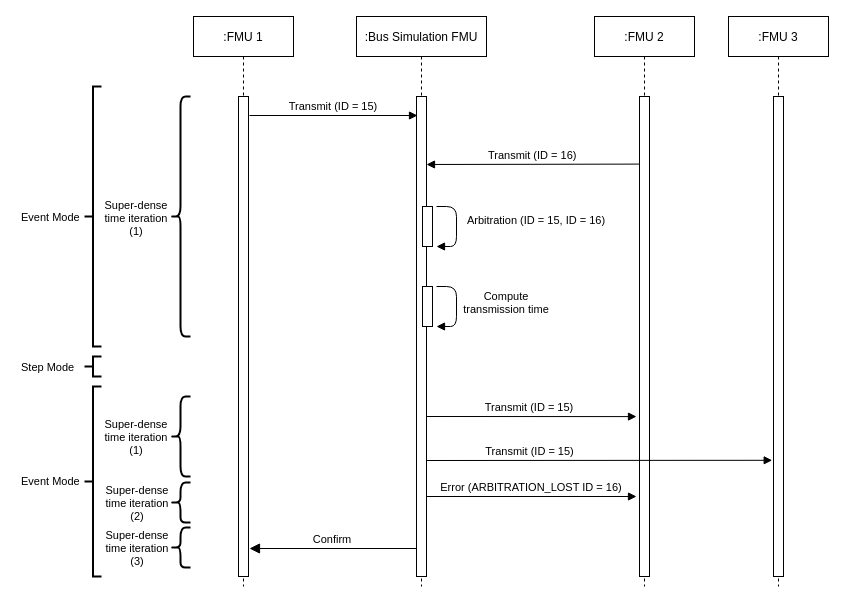
Earlier version of the draw.io diagram docs/images/can_arbitration_overview.drawio (modelica/fmi-ls-bus). Source tidied: cells renumbered, new cells numbered last; positions are measured from the earlier drawing's top-left corner, leaving out a move shared by most shapes. Both pictures are drawn from the tidied source at 100%, with x=0, y=0 at pixel (16, 16).
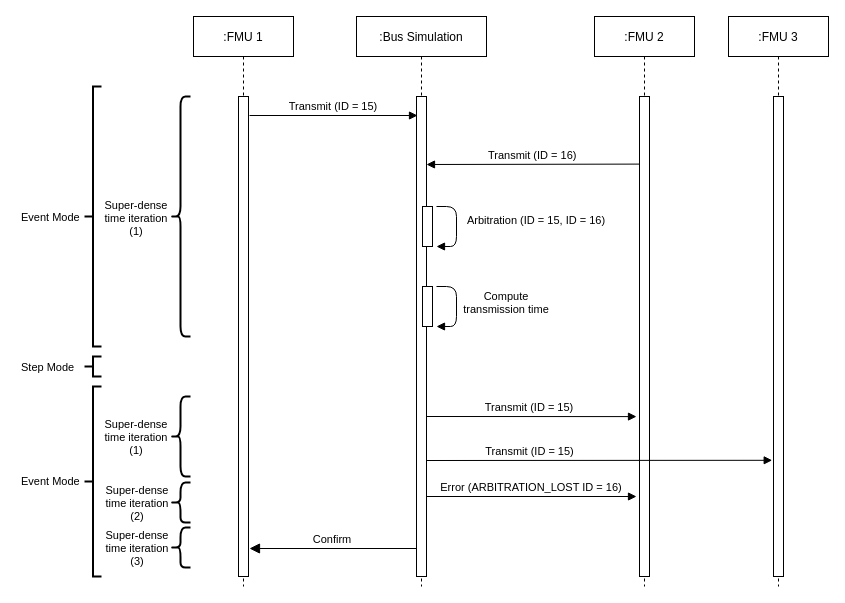
After the change.

The edit, as a diff of the source:
```diff
@@
-    <mxCell id="2" value=":Bus Simulation FMU" style="shape=umlLifeline;perimeter=lifelinePerimeter;rounded=0;shadow=0;strokeWidth=1;" parent="1" vertex="1">
+    <mxCell id="2" value=":Bus Simulation" style="shape=umlLifeline;perimeter=lifelinePerimeter;rounded=0;shadow=0;strokeWidth=1;" parent="1" vertex="1">
       <mxGeometry x="340" width="130" height="570" as="geometry" />
     </mxCell>
```
